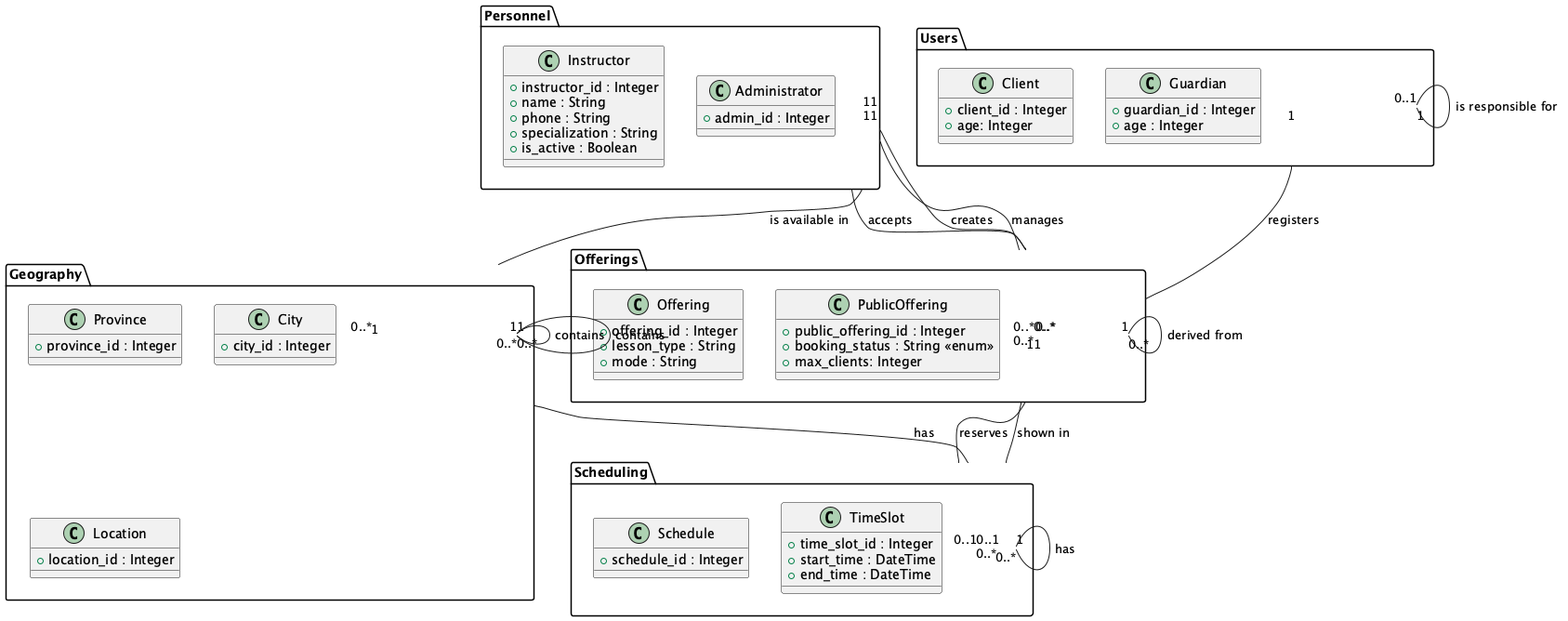
Earlier version of the PlantUML export UML-Diagrams/Package-Diagram.png (vibqetowi/soen-342-project). Source of this version:
```plantuml
@startuml

package "Geography" {
    class Province {
        +province_id : Integer
    }

    class City {
        +city_id : Integer
    }

    class Location {
        +location_id : Integer
    }
}

package "Scheduling" {
    class Schedule {
        +schedule_id : Integer
    }

    class TimeSlot {
        +time_slot_id : Integer
        +start_time : DateTime
        +end_time : DateTime
    }
}

package "Personnel" {
    class Instructor {
        +instructor_id : Integer
        +name : String
        +phone : String
        +specialization : String
        +is_active : Boolean
    }

    class Administrator {
        +admin_id : Integer
    }
}

package "Offerings" {
    class Offering {
        +offering_id : Integer
        +lesson_type : String
        +mode : String
    }

    class PublicOffering {
        +public_offering_id : Integer
        +booking_status : String <<enum>>
        +max_clients: Integer
    }
}

package "Users" {
    class Client {
        +client_id : Integer
        +age: Integer
    }

    class Guardian {
        +guardian_id : Integer
        +age : Integer
    }
}

Geography::Province "1" -- "0..*" Geography::City : contains
Geography::City "1" -- "0..*" Geography::Location : contains
Personnel::Instructor "1" -- "0..*" Geography::City : is available in
Geography::Location "1" -- "0..1" Scheduling::Schedule : has
Scheduling::Schedule "1" -- "0..*" Scheduling::TimeSlot : has
Offerings::PublicOffering "1" -- "0..*" Scheduling::TimeSlot : reserves
Personnel::Instructor "1" -- "0..*" Offerings::Offering : accepts
Personnel::Instructor "1" -- "0..*" Offerings::PublicOffering : creates
Offerings::Offering "1" -- "0..*" Offerings::PublicOffering : derived from
Users::Client "1" -- "0..*" Offerings::PublicOffering : registers
Offerings::PublicOffering "1" -- "0..1" Scheduling::Schedule : shown in
Users::Guardian "0..1" -- "1" Users::Client : is responsible for
Personnel::Administrator "1" -- "0..*" Offerings::Offering : manages

@enduml
```
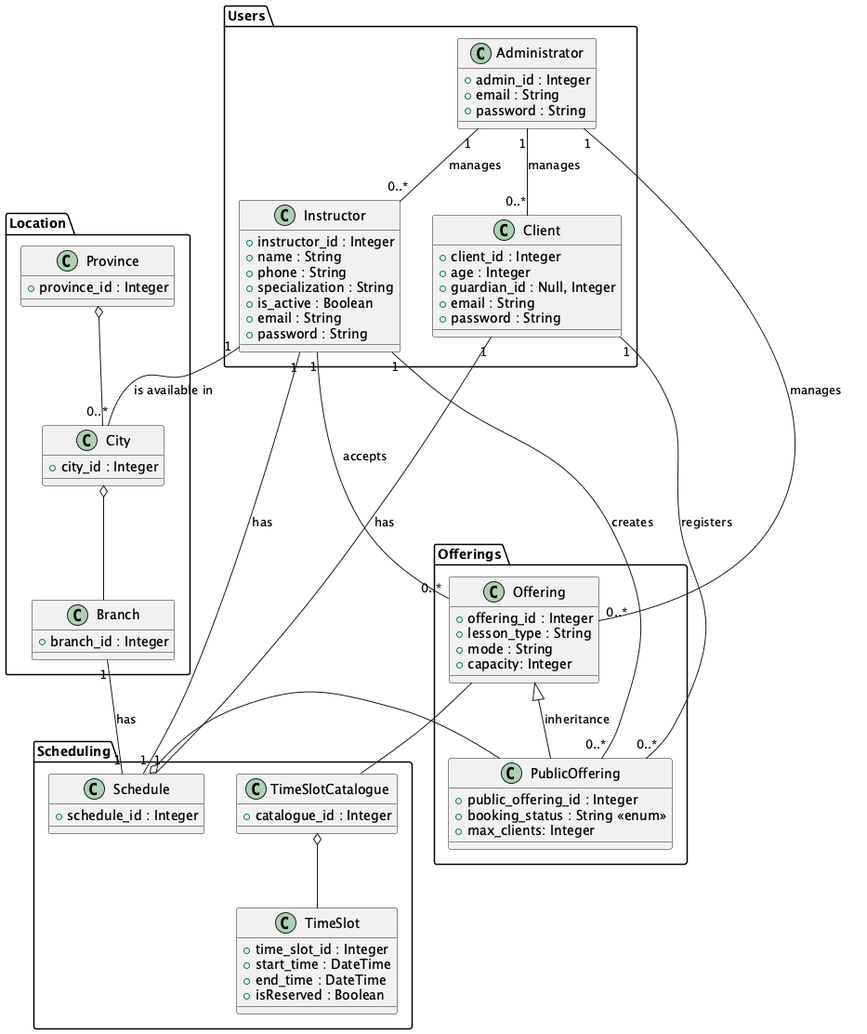
After the commit.

Change to the diagram source:
```diff
@@ -1,6 +1,5 @@
 @startuml
-
-package "Geography" {
+package "Location" {
     class Province {
         +province_id : Integer
     }
@@ -9,8 +8,8 @@
         +city_id : Integer
     }
 
-    class Location {
-        +location_id : Integer
+    class Branch {
+        +branch_id : Integer
     }
 }
 
@@ -23,20 +22,37 @@
         +time_slot_id : Integer
         +start_time : DateTime
         +end_time : DateTime
+        +isReserved : Boolean
+    }
+
+    class TimeSlotCatalogue {
+        +catalogue_id : Integer
     }
 }
 
-package "Personnel" {
+package "Users" {
     class Instructor {
         +instructor_id : Integer
         +name : String
         +phone : String
         +specialization : String
         +is_active : Boolean
+        +email : String
+        +password : String
+    }
+
+    class Client {
+        +client_id : Integer
+        +age : Integer
+        +guardian_id : Null, Integer
+        +email : String
+        +password : String
     }
 
     class Administrator {
         +admin_id : Integer
+        +email : String
+        +password : String
     }
 }
 
@@ -45,6 +61,7 @@
         +offering_id : Integer
         +lesson_type : String
         +mode : String
+        +capacity: Integer
     }
 
     class PublicOffering {
@@ -54,30 +71,24 @@
     }
 }
 
-package "Users" {
-    class Client {
-        +client_id : Integer
-        +age: Integer
-    }
+Province o-- City
+City o-- Branch
+Schedule o-- PublicOffering
+TimeSlotCatalogue o-- TimeSlot
 
-    class Guardian {
-        +guardian_id : Integer
-        +age : Integer
-    }
-}
+Instructor "1" -- "0..*" City : is available in
+Instructor "1" -- "0..*" Offering : accepts
+Instructor "1" -- "0..*" PublicOffering : creates
+Client "1" -- "0..*" PublicOffering : registers
+Administrator "1" -- "0..*" Offering : manages
+Administrator "1" -- "0..*" Instructor : manages
+Administrator "1" -- "0..*" Client : manages
+Offering  -- TimeSlotCatalogue
+Instructor "1" -- "1" Schedule : has
+Client "1" -- "1" Schedule : has
+Branch "1" -- "1" Schedule : has
 
-Geography::Province "1" -- "0..*" Geography::City : contains
-Geography::City "1" -- "0..*" Geography::Location : contains
-Personnel::Instructor "1" -- "0..*" Geography::City : is available in
-Geography::Location "1" -- "0..1" Scheduling::Schedule : has
-Scheduling::Schedule "1" -- "0..*" Scheduling::TimeSlot : has
-Offerings::PublicOffering "1" -- "0..*" Scheduling::TimeSlot : reserves
-Personnel::Instructor "1" -- "0..*" Offerings::Offering : accepts
-Personnel::Instructor "1" -- "0..*" Offerings::PublicOffering : creates
-Offerings::Offering "1" -- "0..*" Offerings::PublicOffering : derived from
-Users::Client "1" -- "0..*" Offerings::PublicOffering : registers
-Offerings::PublicOffering "1" -- "0..1" Scheduling::Schedule : shown in
-Users::Guardian "0..1" -- "1" Users::Client : is responsible for
-Personnel::Administrator "1" -- "0..*" Offerings::Offering : manages
+Offering <|-- PublicOffering : inheritance
+
 
 @enduml
```
